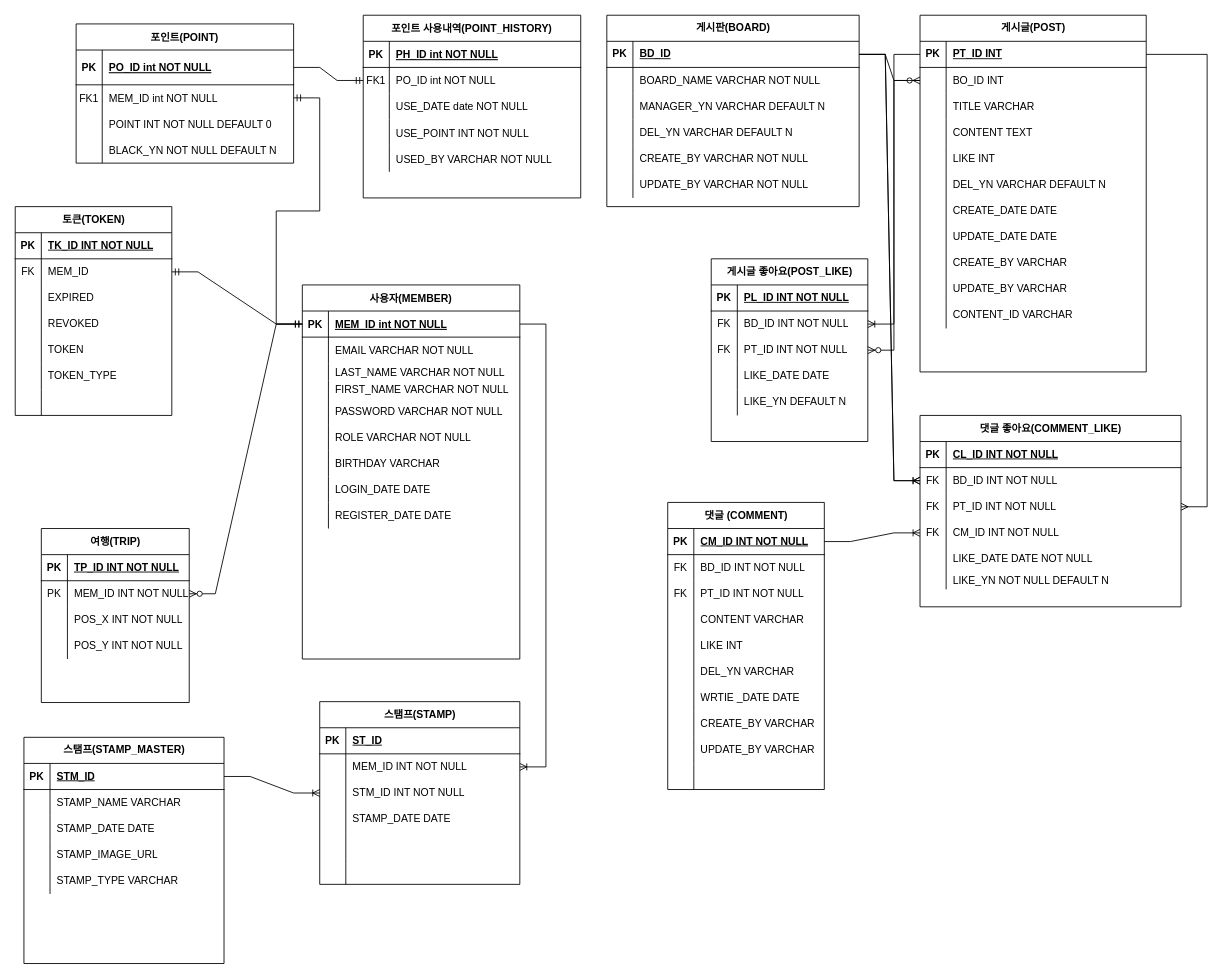
Before: docs/나들이_ERD.drawio in DongJu-Na/Nadry, a draw.io diagram. Source tidied: cells renumbered, new cells numbered last; positions are measured from the earlier drawing's top-left corner, leaving out a move shared by most shapes. Both pictures are drawn from the tidied source at 87%, with x=0, y=0 at pixel (15, 15).
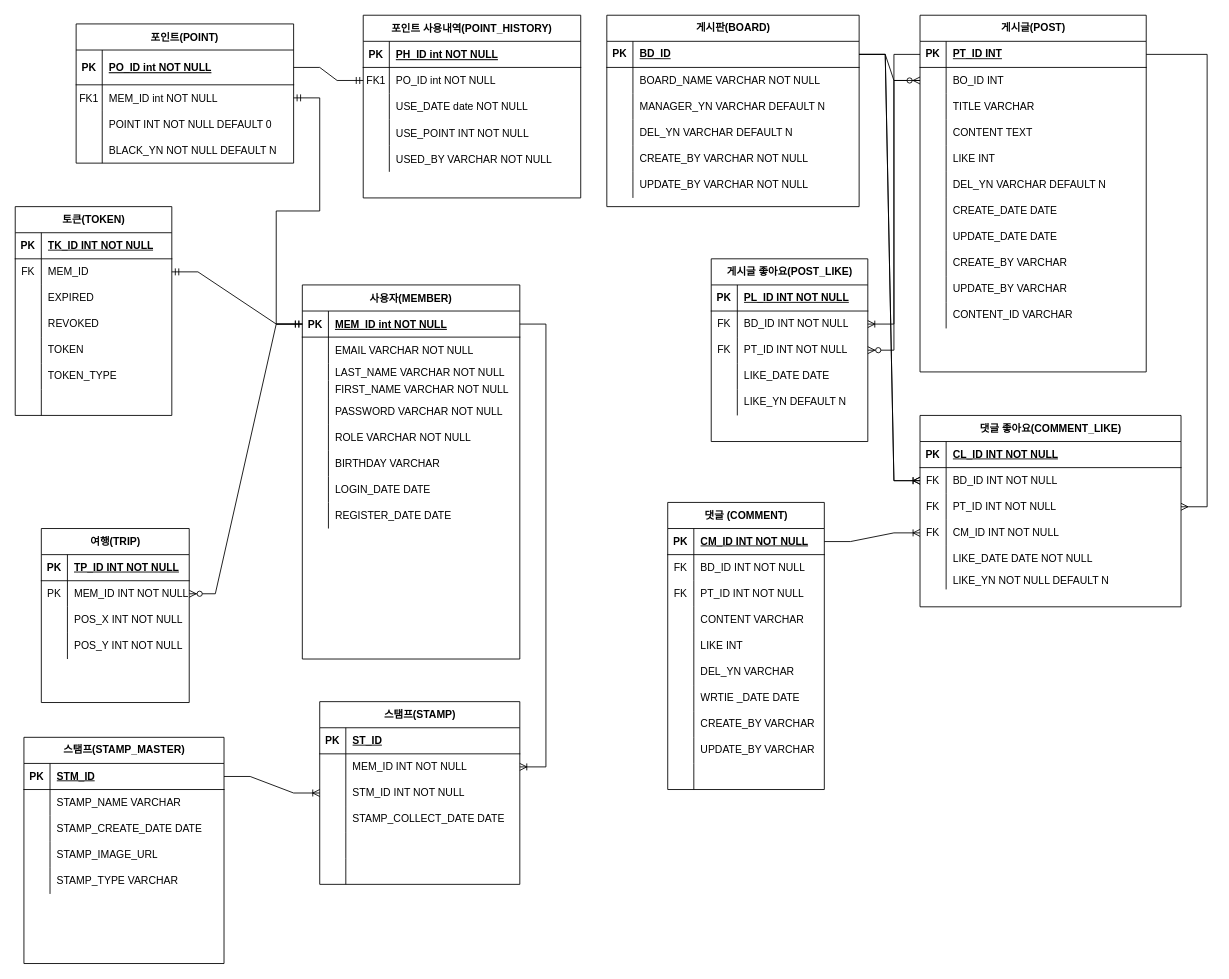
After the change.

Commit message:
docs : 나드리 ERD 수정

컬럼명 수정

Unchanged cells that the change refers to:
```xml
<mxCell id="234" style="shape=tableRow;horizontal=0;startSize=0;swimlaneHead=0;swimlaneBody=0;fillColor=none;top=0;left=0;right=0;bottom=0;" parent="224" vertex="1">
  <mxGeometry y="120" width="230" height="30" as="geometry" />
</mxCell>
<mxCell id="250" style="shape=tableRow;horizontal=0;startSize=0;swimlaneHead=0;swimlaneBody=0;fillColor=none;top=0;left=0;right=0;bottom=0;" parent="243" vertex="1">
  <mxGeometry y="90" width="230" height="30" as="geometry" />
</mxCell>
```

Diff of the diagram source:
```diff
@@
-    <mxCell id="236" value="STAMP_DATE DATE" style="shape=partialRectangle;fillColor=none;top=0;left=0;bottom=0;right=0;align=left;spacingLeft=6;overflow=hidden;whiteSpace=wrap;html=1;" parent="234" vertex="1">
+    <mxCell id="236" value="STAMP_COLLECT&lt;span style=&quot;background-color: initial;&quot;&gt;_DATE DATE&lt;/span&gt;" style="shape=partialRectangle;fillColor=none;top=0;left=0;bottom=0;right=0;align=left;spacingLeft=6;overflow=hidden;whiteSpace=wrap;html=1;" parent="234" vertex="1">
       <mxGeometry x="30" width="200" height="30" as="geometry" />
     </mxCell>
@@
-    <mxCell id="252" value="STAMP_DATE DATE" style="shape=partialRectangle;fillColor=none;top=0;left=0;bottom=0;right=0;align=left;spacingLeft=6;overflow=hidden;whiteSpace=wrap;html=1;" parent="250" vertex="1">
+    <mxCell id="252" value="STAMP_CREATE_DATE DATE" style="shape=partialRectangle;fillColor=none;top=0;left=0;bottom=0;right=0;align=left;spacingLeft=6;overflow=hidden;whiteSpace=wrap;html=1;" parent="250" vertex="1">
       <mxGeometry x="30" width="200" height="30" as="geometry" />
     </mxCell>
```
